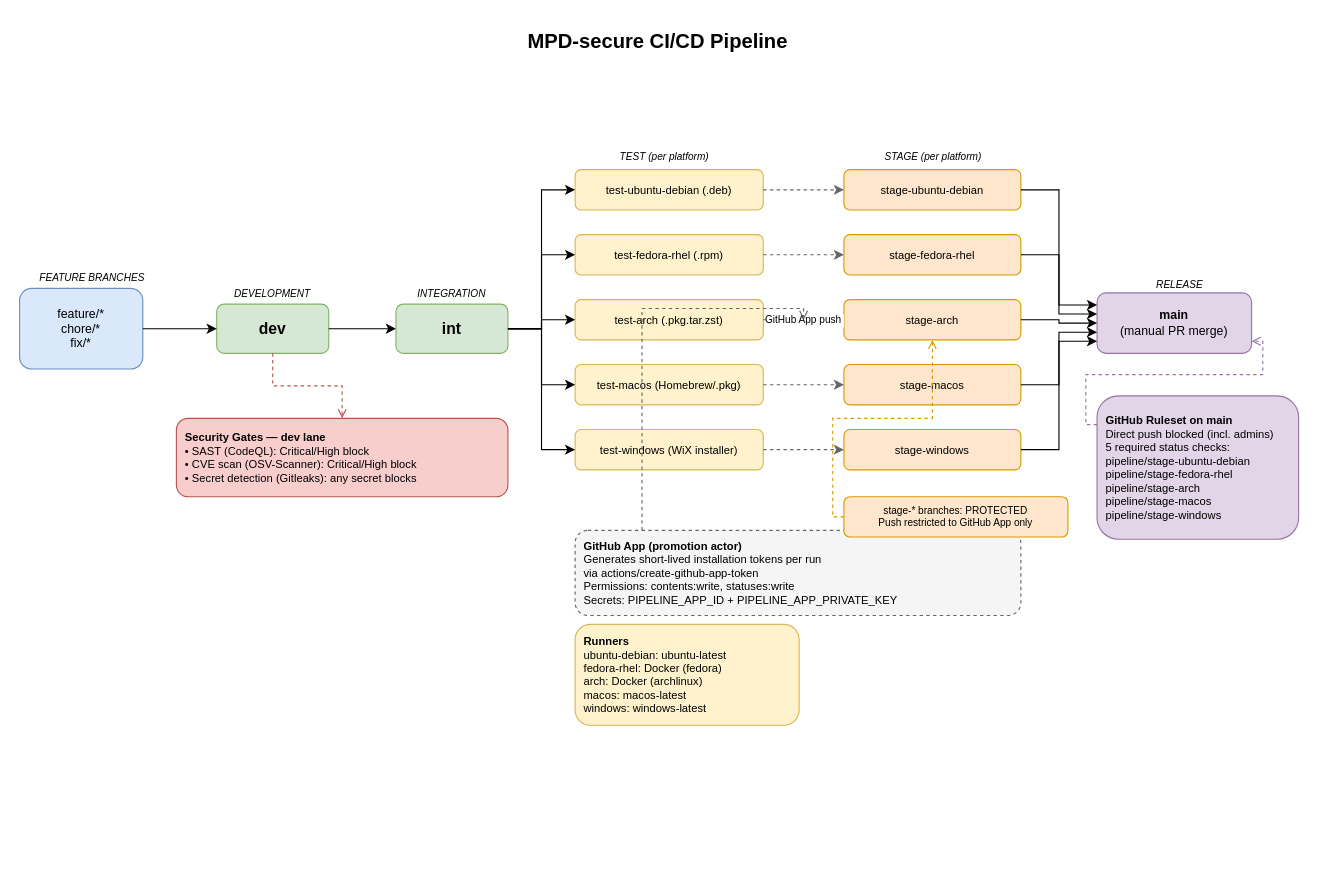
Earlier version of the draw.io diagram docs/01-research/mpd-cicd-pipeline.drawio (devinhedge/MPD-secure). Source tidied: cells renumbered, new cells numbered last; positions are measured from the earlier drawing's top-left corner, leaving out a move shared by most shapes. Both pictures are drawn from the tidied source at 112%, with x=0, y=0 at pixel (19, 19).
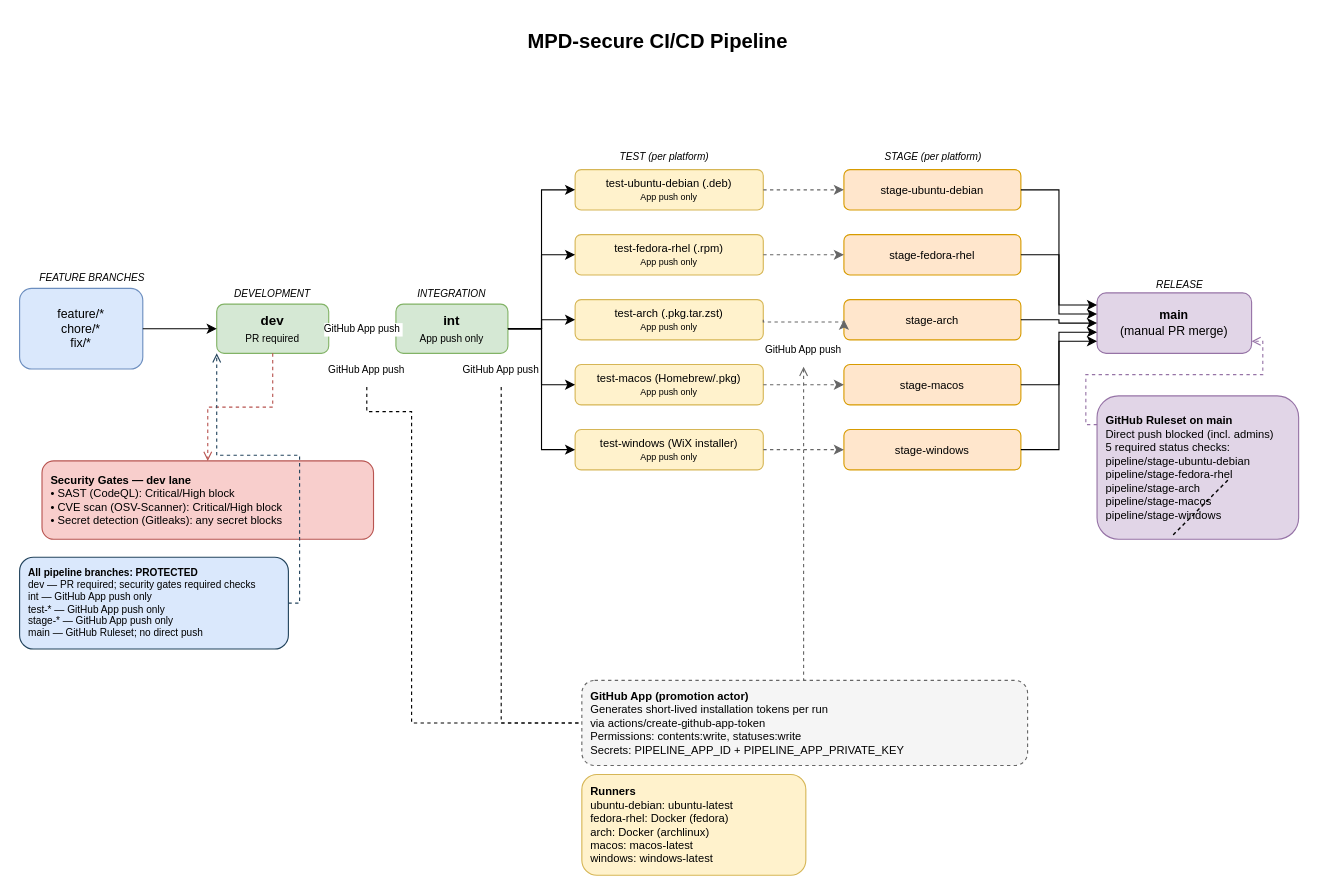
The same diagram, later.

Commit message (it also covers changes not shown here):
docs(feature-006): extend branch protection to all pipeline branches

Unchanged cells that the change refers to:
```xml
<mxCell id="19" value="stage-arch" style="rounded=1;whiteSpace=wrap;html=1;fillColor=#ffe6cc;strokeColor=#d79b00;fontSize=10;" parent="1" vertex="1">
  <mxGeometry x="736" y="250" width="158" height="36" as="geometry" />
</mxCell>
```

What changed in the source:
```diff
@@
-    <mxCell id="10" value="dev" style="rounded=1;whiteSpace=wrap;html=1;fillColor=#d5e8d4;strokeColor=#82b366;fontSize=14;fontStyle=1;" parent="1" vertex="1">
+    <mxCell id="10" value="dev&#10;&lt;font style=&quot;font-size: 9px; font-weight: normal;&quot;&gt;PR required&lt;/font&gt;" style="rounded=1;whiteSpace=wrap;html=1;fillColor=#d5e8d4;strokeColor=#82b366;fontSize=12;fontStyle=1;" parent="1" vertex="1">
       <mxGeometry x="176" y="254" width="100" height="44" as="geometry" />
     </mxCell>
-    <mxCell id="11" value="int" style="rounded=1;whiteSpace=wrap;html=1;fillColor=#d5e8d4;strokeColor=#82b366;fontSize=14;fontStyle=1;" parent="1" vertex="1">
+    <mxCell id="11" value="int&#10;&lt;font style=&quot;font-size: 9px; font-weight: normal;&quot;&gt;App push only&lt;/font&gt;" style="rounded=1;whiteSpace=wrap;html=1;fillColor=#d5e8d4;strokeColor=#82b366;fontSize=12;fontStyle=1;" parent="1" vertex="1">
       <mxGeometry x="336" y="254" width="100" height="44" as="geometry" />
     </mxCell>
-    <mxCell id="12" value="test-ubuntu-debian  (.deb)" style="rounded=1;whiteSpace=wrap;html=1;fillColor=#fff2cc;strokeColor=#d6b656;fontSize=10;" parent="1" vertex="1">
+    <mxCell id="12" value="test-ubuntu-debian  (.deb)&#10;&lt;font style=&quot;font-size: 8px;&quot;&gt;App push only&lt;/font&gt;" style="rounded=1;whiteSpace=wrap;html=1;fillColor=#fff2cc;strokeColor=#d6b656;fontSize=10;" parent="1" vertex="1">
       <mxGeometry x="496" y="134" width="168" height="36" as="geometry" />
     </mxCell>
-    <mxCell id="13" value="test-fedora-rhel  (.rpm)" style="rounded=1;whiteSpace=wrap;html=1;fillColor=#fff2cc;strokeColor=#d6b656;fontSize=10;" parent="1" vertex="1">
+    <mxCell id="13" value="test-fedora-rhel  (.rpm)&#10;&lt;font style=&quot;font-size: 8px;&quot;&gt;App push only&lt;/font&gt;" style="rounded=1;whiteSpace=wrap;html=1;fillColor=#fff2cc;strokeColor=#d6b656;fontSize=10;" parent="1" vertex="1">
       <mxGeometry x="496" y="192" width="168" height="36" as="geometry" />
     </mxCell>
-    <mxCell id="14" value="test-arch  (.pkg.tar.zst)" style="rounded=1;whiteSpace=wrap;html=1;fillColor=#fff2cc;strokeColor=#d6b656;fontSize=10;" parent="1" vertex="1">
+    <mxCell id="14" value="test-arch  (.pkg.tar.zst)&#10;&lt;font style=&quot;font-size: 8px;&quot;&gt;App push only&lt;/font&gt;" style="rounded=1;whiteSpace=wrap;html=1;fillColor=#fff2cc;strokeColor=#d6b656;fontSize=10;" parent="1" vertex="1">
       <mxGeometry x="496" y="250" width="168" height="36" as="geometry" />
     </mxCell>
-    <mxCell id="15" value="test-macos  (Homebrew/.pkg)" style="rounded=1;whiteSpace=wrap;html=1;fillColor=#fff2cc;strokeColor=#d6b656;fontSize=10;" parent="1" vertex="1">
+    <mxCell id="15" value="test-macos  (Homebrew/.pkg)&#10;&lt;font style=&quot;font-size: 8px;&quot;&gt;App push only&lt;/font&gt;" style="rounded=1;whiteSpace=wrap;html=1;fillColor=#fff2cc;strokeColor=#d6b656;fontSize=10;" parent="1" vertex="1">
       <mxGeometry x="496" y="308" width="168" height="36" as="geometry" />
     </mxCell>
-    <mxCell id="16" value="test-windows  (WiX installer)" style="rounded=1;whiteSpace=wrap;html=1;fillColor=#fff2cc;strokeColor=#d6b656;fontSize=10;" parent="1" vertex="1">
+    <mxCell id="16" value="test-windows  (WiX installer)&#10;&lt;font style=&quot;font-size: 8px;&quot;&gt;App push only&lt;/font&gt;" style="rounded=1;whiteSpace=wrap;html=1;fillColor=#fff2cc;strokeColor=#d6b656;fontSize=10;" parent="1" vertex="1">
       <mxGeometry x="496" y="366" width="168" height="36" as="geometry" />
     </mxCell>
@@
     <mxCell id="23" value="&lt;b&gt;Security Gates — dev lane&lt;/b&gt;&#10;• SAST (CodeQL): Critical/High block&#10;• CVE scan (OSV-Scanner): Critical/High block&#10;• Secret detection (Gitleaks): any secret blocks" style="rounded=1;whiteSpace=wrap;html=1;strokeColor=#b85450;fillColor=#f8cecc;align=left;spacingLeft=6;fontSize=10;" parent="1" vertex="1">
-      <mxGeometry x="140" y="356" width="296" height="70" as="geometry" />
+      <mxGeometry x="20" y="394" width="296" height="70" as="geometry" />
     </mxCell>
     <mxCell id="24" value="&lt;b&gt;GitHub App  (promotion actor)&lt;/b&gt;&#10;Generates short-lived installation tokens per run&#10;via actions/create-github-app-token&#10;Permissions: contents:write, statuses:write&#10;Secrets: PIPELINE_APP_ID + PIPELINE_APP_PRIVATE_KEY" style="rounded=1;whiteSpace=wrap;html=1;strokeColor=#666666;fillColor=#f5f5f5;align=left;spacingLeft=6;fontSize=10;dashed=1;" parent="1" vertex="1">
-      <mxGeometry x="496" y="456" width="398" height="76" as="geometry" />
+      <mxGeometry x="502" y="590" width="398" height="76" as="geometry" />
     </mxCell>
-    <mxCell id="25" value="stage-* branches: PROTECTED&#10;Push restricted to GitHub App only" style="rounded=1;whiteSpace=wrap;html=1;strokeColor=#d79b00;fillColor=#ffe6cc;align=center;fontSize=9;" parent="1" vertex="1">
-      <mxGeometry x="736" y="426" width="200" height="36" as="geometry" />
+    <mxCell id="25" value="&lt;b&gt;All pipeline branches: PROTECTED&lt;/b&gt;&#10;dev — PR required; security gates required checks&#10;int — GitHub App push only&#10;test-* — GitHub App push only&#10;stage-* — GitHub App push only&#10;main — GitHub Ruleset; no direct push" style="rounded=1;whiteSpace=wrap;html=1;strokeColor=#23445d;fillColor=#dae8fc;align=left;spacingLeft=6;fontSize=9;" parent="1" vertex="1">
+      <mxGeometry y="480" width="240" height="82" as="geometry" />
     </mxCell>
@@
     <mxCell id="27" value="&lt;b&gt;Runners&lt;/b&gt;&#10;ubuntu-debian: ubuntu-latest&#10;fedora-rhel: Docker (fedora)&#10;arch: Docker (archlinux)&#10;macos: macos-latest&#10;windows: windows-latest" style="rounded=1;whiteSpace=wrap;html=1;strokeColor=#d6b656;fillColor=#fff2cc;align=left;spacingLeft=6;fontSize=10;" parent="1" vertex="1">
-      <mxGeometry x="496" y="540" width="200" height="90" as="geometry" />
+      <mxGeometry x="502" y="674" width="200" height="90" as="geometry" />
     </mxCell>
@@
-    <mxCell id="29" style="edgeStyle=orthogonalEdgeStyle;rounded=0;jettySize=auto;exitX=1;exitY=0.5;exitDx=0;exitDy=0;entryX=0;entryY=0.5;entryDx=0;entryDy=0;" parent="1" edge="1" source="10" target="11">
+    <mxCell id="29" value="GitHub App push" style="edgeStyle=orthogonalEdgeStyle;rounded=0;jettySize=auto;exitX=1;exitY=0.5;exitDx=0;exitDy=0;entryX=0;entryY=0.5;entryDx=0;entryDy=0;dashed=1;strokeColor=#666666;fontSize=9;" parent="1" edge="1" source="10" target="11">
       <mxGeometry relative="1" as="geometry" />
     </mxCell>
@@
-    <mxCell id="37" value="GitHub App push" style="edgeStyle=orthogonalEdgeStyle;rounded=0;jettySize=auto;exitX=1;exitY=0.5;exitDx=0;exitDy=0;entryX=0;entryY=0.5;entryDx=0;entryDy=0;dashed=1;strokeColor=#666666;fontSize=9;" parent="1" edge="1" source="14" target="19">
-      <mxGeometry relative="1" as="geometry" />
+    <mxCell id="37" style="edgeStyle=orthogonalEdgeStyle;rounded=0;jettySize=auto;exitX=1;exitY=0.5;exitDx=0;exitDy=0;entryX=0;entryY=0.5;entryDx=0;entryDy=0;dashed=1;strokeColor=#666666;fontSize=9;" parent="1" edge="1" source="14" target="19">
+      <mxGeometry x="-0.21" y="-120" relative="1" as="geometry">
+        <Array as="points">
+          <mxPoint x="664" y="270" />
+          <mxPoint x="736" y="270" />
+        </Array>
+      </mxGeometry>
     </mxCell>
@@
-    <mxCell id="46" style="edgeStyle=orthogonalEdgeStyle;rounded=0;exitX=0.15;exitY=0;exitDx=0;exitDy=0;entryX=0.5;entryY=1;entryDx=0;entryDy=0;dashed=1;endArrow=open;endFill=0;strokeColor=#666666;" parent="1" edge="1" source="24" target="37">
-      <mxGeometry relative="1" as="geometry" />
+    <mxCell id="46" style="edgeStyle=orthogonalEdgeStyle;rounded=0;exitX=0.5;exitY=0;exitDx=0;exitDy=0;dashed=1;endArrow=open;endFill=0;strokeColor=#666666;entryX=0.5;entryY=1;entryDx=0;entryDy=0;" parent="1" edge="1" source="24" target="49">
+      <mxGeometry relative="1" as="geometry">
+        <Array as="points">
+          <mxPoint x="700" y="590" />
+        </Array>
+      </mxGeometry>
     </mxCell>
@@
-    <mxCell id="48" style="edgeStyle=orthogonalEdgeStyle;rounded=0;exitX=0;exitY=0.5;exitDx=0;exitDy=0;entryX=0.5;entryY=1;entryDx=0;entryDy=0;dashed=1;endArrow=open;endFill=0;strokeColor=#d79b00;" parent="1" edge="1" source="25" target="19">
+    <mxCell id="48" style="edgeStyle=orthogonalEdgeStyle;rounded=0;exitX=1;exitY=0.5;exitDx=0;exitDy=0;entryX=0;entryY=1;entryDx=0;entryDy=0;dashed=1;endArrow=open;endFill=0;strokeColor=#23445d;" parent="1" edge="1" source="25" target="10">
       <mxGeometry relative="1" as="geometry" />
     </mxCell>
+    <mxCell id="49" value="&lt;span style=&quot;color: rgb(0, 0, 0); font-family: Helvetica; font-size: 9px; font-style: normal; font-variant-ligatures: normal; font-variant-caps: normal; font-weight: 400; letter-spacing: normal; orphans: 2; text-indent: 0px; text-transform: none; widows: 2; word-spacing: 0px; -webkit-text-stroke-width: 0px; white-space: nowrap; background-color: rgb(255, 255, 255); text-decoration-thickness: initial; text-decoration-style: initial; text-decoration-color: initial; float: none; display: inline !important;&quot;&gt;GitHub App push&lt;/span&gt;" style="text;whiteSpace=wrap;html=1;align=center;" parent="1" vertex="1">
+      <mxGeometry x="660" y="280" width="80" height="30" as="geometry" />
+    </mxCell>
+    <mxCell id="50" value="&lt;span style=&quot;color: rgb(0, 0, 0); font-family: Helvetica; font-size: 9px; font-style: normal; font-variant-ligatures: normal; font-variant-caps: normal; font-weight: 400; letter-spacing: normal; orphans: 2; text-indent: 0px; text-transform: none; widows: 2; word-spacing: 0px; -webkit-text-stroke-width: 0px; white-space: nowrap; background-color: rgb(255, 255, 255); text-decoration-thickness: initial; text-decoration-style: initial; text-decoration-color: initial; float: none; display: inline !important;&quot;&gt;GitHub App push&lt;/span&gt;" style="text;whiteSpace=wrap;html=1;align=center;" parent="1" vertex="1">
+      <mxGeometry x="390" y="298" width="80" height="30" as="geometry" />
+    </mxCell>
+    <mxCell id="51" value="&lt;span style=&quot;color: rgb(0, 0, 0); font-family: Helvetica; font-size: 9px; font-style: normal; font-variant-ligatures: normal; font-variant-caps: normal; font-weight: 400; letter-spacing: normal; orphans: 2; text-indent: 0px; text-transform: none; widows: 2; word-spacing: 0px; -webkit-text-stroke-width: 0px; white-space: nowrap; background-color: rgb(255, 255, 255); text-decoration-thickness: initial; text-decoration-style: initial; text-decoration-color: initial; float: none; display: inline !important;&quot;&gt;GitHub App push&lt;/span&gt;" style="text;whiteSpace=wrap;html=1;align=center;" parent="1" vertex="1">
+      <mxGeometry x="270" y="298" width="80" height="30" as="geometry" />
+    </mxCell>
+    <mxCell id="52" style="endArrow=none;dashed=1;html=1;rounded=0;" parent="1" edge="1">
+      <mxGeometry relative="1" as="geometry">
+        <mxPoint x="1030" y="460" as="sourcePoint" />
+        <mxPoint x="1080" y="410" as="targetPoint" />
+      </mxGeometry>
+    </mxCell>
+    <mxCell id="53" style="endArrow=none;dashed=1;html=1;rounded=0;" parent="1" edge="1">
+      <mxGeometry relative="1" as="geometry">
+        <mxPoint x="1030" y="460" as="sourcePoint" />
+        <mxPoint x="1080" y="410" as="targetPoint" />
+      </mxGeometry>
+    </mxCell>
+    <mxCell id="54" style="endArrow=none;dashed=1;html=1;rounded=0;entryX=0;entryY=0.5;entryDx=0;entryDy=0;edgeStyle=orthogonalEdgeStyle;" parent="1" edge="1" source="50" target="24">
+      <mxGeometry relative="1" as="geometry">
+        <Array as="points">
+          <mxPoint x="430" y="628" />
+        </Array>
+      </mxGeometry>
+    </mxCell>
+    <mxCell id="55" style="endArrow=none;dashed=1;html=1;rounded=0;entryX=0;entryY=0.5;entryDx=0;entryDy=0;exitX=0.5;exitY=1;exitDx=0;exitDy=0;edgeStyle=orthogonalEdgeStyle;" parent="1" edge="1" source="51" target="24">
+      <mxGeometry relative="1" as="geometry">
+        <Array as="points">
+          <mxPoint x="310" y="350" />
+          <mxPoint x="350" y="350" />
+          <mxPoint x="350" y="628" />
+        </Array>
+      </mxGeometry>
+    </mxCell>
```
